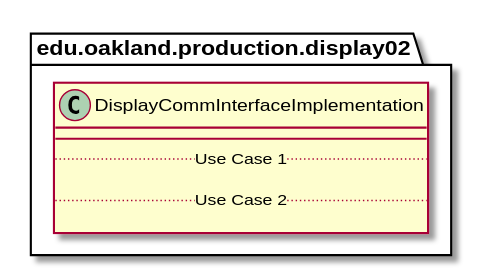
This is docs/uml-class-diagrams/display02/production/DisplayCommInterfaceImplementation/DisplayCommInterfaceImplementation.svg from elilley15/csi-3370-software-project, a PlantUML export, as it was before one commit. Source of this version:
```plantuml
@startuml DisplayCommInterfaceImplementation

package edu.oakland.production.display02 {
    class DisplayCommInterfaceImplementation {
        __
        .. Use Case 1 ..

        .. Use Case 2 ..

    }
}

@enduml
```
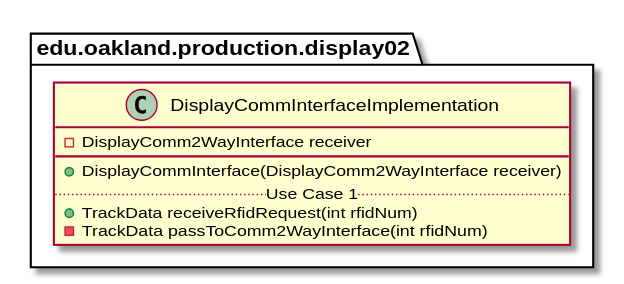
After the commit.

Diff of the diagram source:
```diff
@@ -2,11 +2,12 @@
 
 package edu.oakland.production.display02 {
     class DisplayCommInterfaceImplementation {
+        - DisplayComm2WayInterface receiver
         __
+        + DisplayCommInterface(DisplayComm2WayInterface receiver)
         .. Use Case 1 ..
-
-        .. Use Case 2 ..
-
+        + TrackData receiveRfidRequest(int rfidNum)
+        - TrackData passToComm2WayInterface(int rfidNum)
     }
 }
 
```
